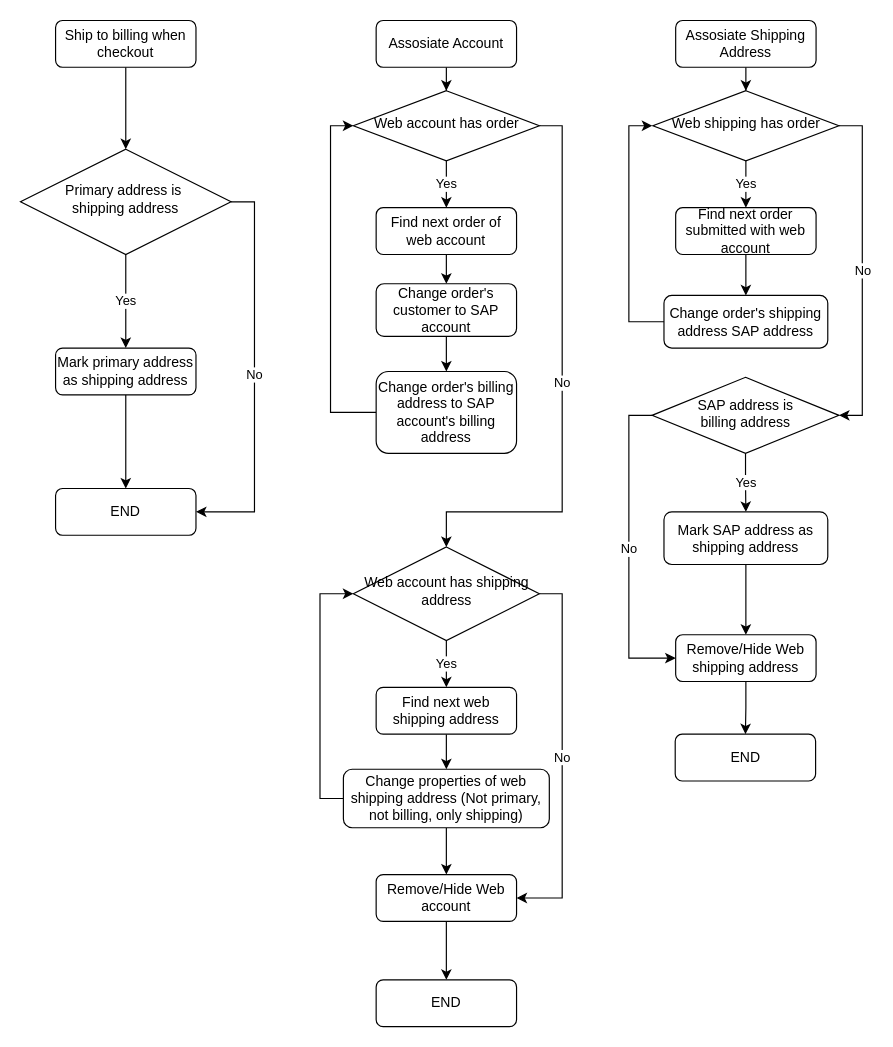
Before: Untitled Diagram.drawio in tabhan/ws_test, a draw.io diagram. Source tidied: cells renumbered, new cells numbered last; positions are measured from the earlier drawing's top-left corner, leaving out a move shared by most shapes. Both pictures are drawn from the tidied source at 117%, with x=0, y=0 at pixel (20, 20).
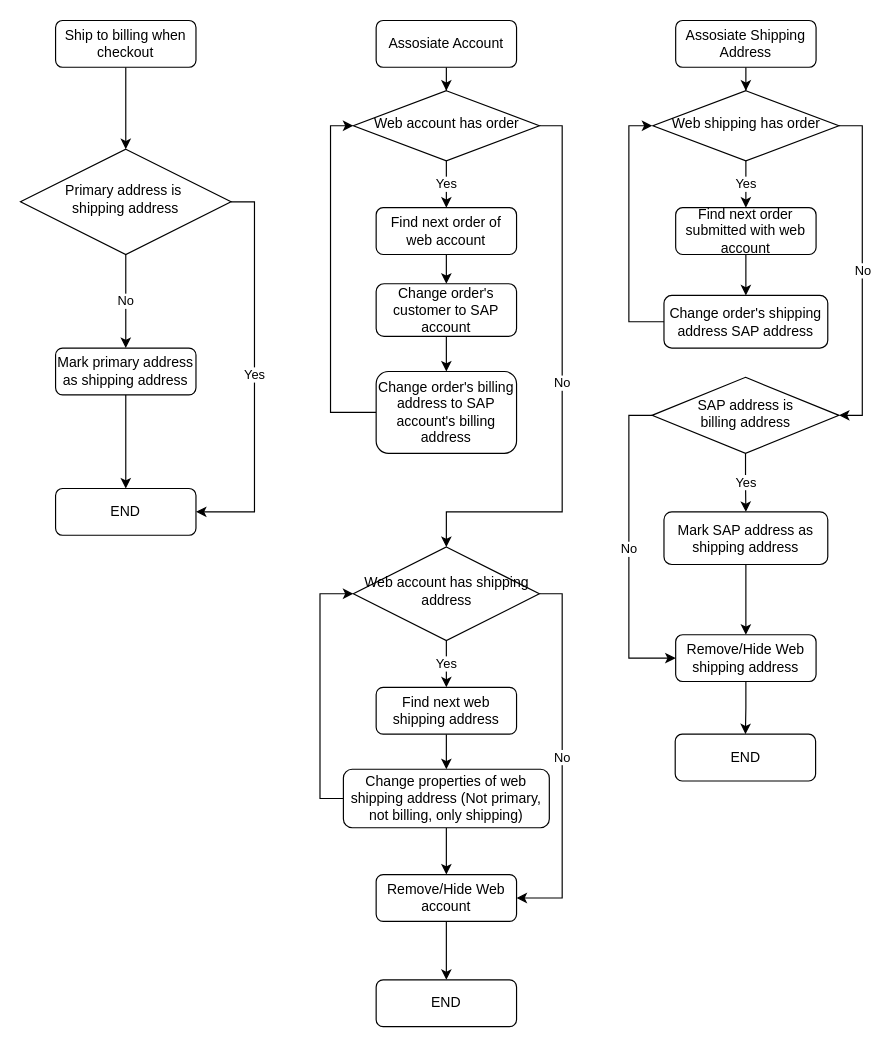
The same page after the edit.

The change refers to these unchanged cells:
```xml
<mxCell id="6" value="Primary address is&amp;nbsp;&lt;br&gt;shipping address" style="rhombus;whiteSpace=wrap;html=1;shadow=0;fontFamily=Helvetica;fontSize=12;align=center;strokeWidth=1;spacing=6;spacingTop=-4;" parent="1" vertex="1">
  <mxGeometry y="110" width="180" height="90" as="geometry" />
</mxCell>
<mxCell id="8" value="Mark primary address as shipping address" style="rounded=1;whiteSpace=wrap;html=1;fontSize=12;glass=0;strokeWidth=1;shadow=0;" parent="1" vertex="1">
  <mxGeometry x="30" y="280" width="120" height="40" as="geometry" />
</mxCell>
<mxCell id="9" value="END" style="rounded=1;whiteSpace=wrap;html=1;fontSize=12;glass=0;strokeWidth=1;shadow=0;" parent="1" vertex="1">
  <mxGeometry x="30" y="400" width="120" height="40" as="geometry" />
</mxCell>
```

Diff of the diagram source:
```diff
@@
-    <mxCell id="4" value="Yes" style="edgeStyle=orthogonalEdgeStyle;rounded=0;jettySize=auto;html=1;" parent="1" edge="1" source="6" target="8">
+    <mxCell id="4" value="No" style="edgeStyle=orthogonalEdgeStyle;rounded=0;jettySize=auto;html=1;" parent="1" edge="1" source="6" target="8">
       <mxGeometry relative="1" as="geometry" />
     </mxCell>
-    <mxCell id="5" value="No" style="edgeStyle=orthogonalEdgeStyle;rounded=0;jettySize=auto;html=1;entryX=1;entryY=0.5;entryDx=0;entryDy=0;exitX=1;exitY=0.5;exitDx=0;exitDy=0;" parent="1" edge="1" source="6" target="9">
+    <mxCell id="5" value="Yes" style="edgeStyle=orthogonalEdgeStyle;rounded=0;jettySize=auto;html=1;entryX=1;entryY=0.5;entryDx=0;entryDy=0;exitX=1;exitY=0.5;exitDx=0;exitDy=0;" parent="1" edge="1" source="6" target="9">
       <mxGeometry relative="1" as="geometry">
         <Array as="points">
           <mxPoint x="200" y="155" />
           <mxPoint x="200" y="420" />
         </Array>
       </mxGeometry>
     </mxCell>
```
